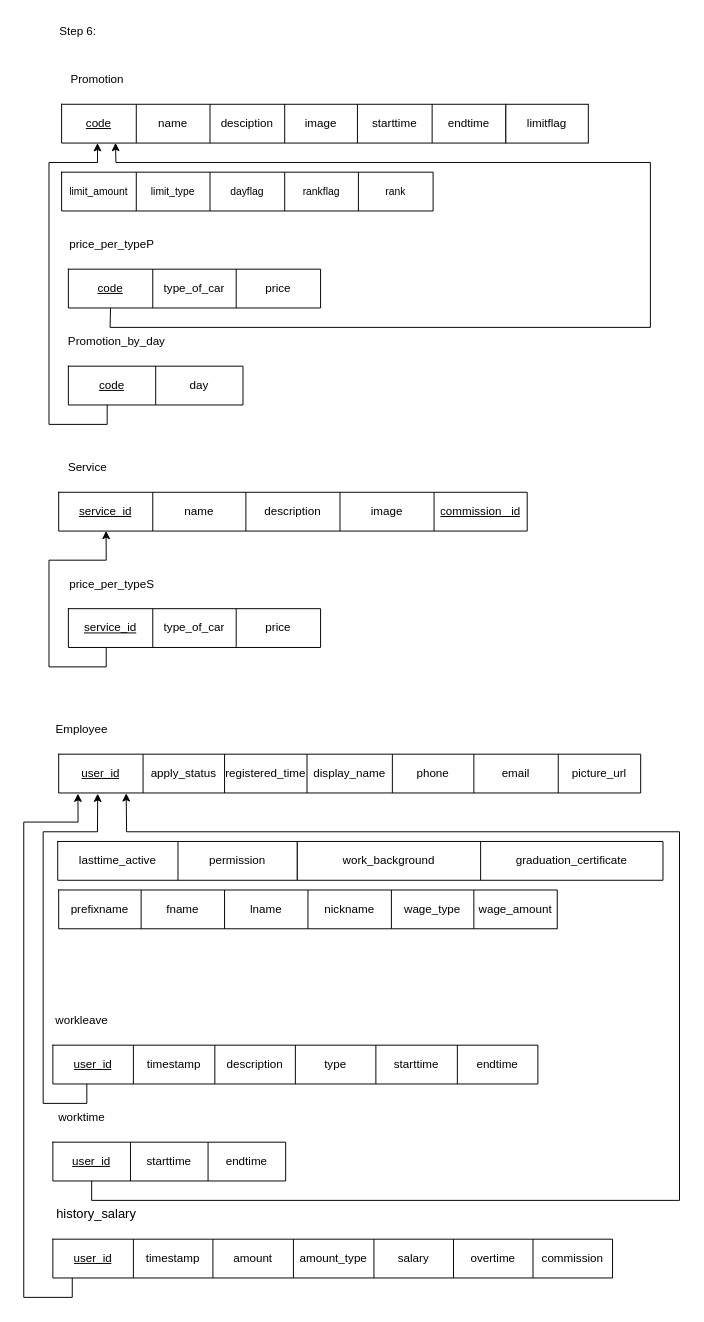
Before: page "Step_P4" (5 of 7) of carcare.drawio in jarawin/carcare, a draw.io diagram. Source tidied: cells renumbered, new cells numbered last; positions are measured from the earlier drawing's top-left corner, leaving out a move shared by most shapes. Both pictures are drawn from the tidied source at 97%, with x=0, y=0 at pixel (23, 16).
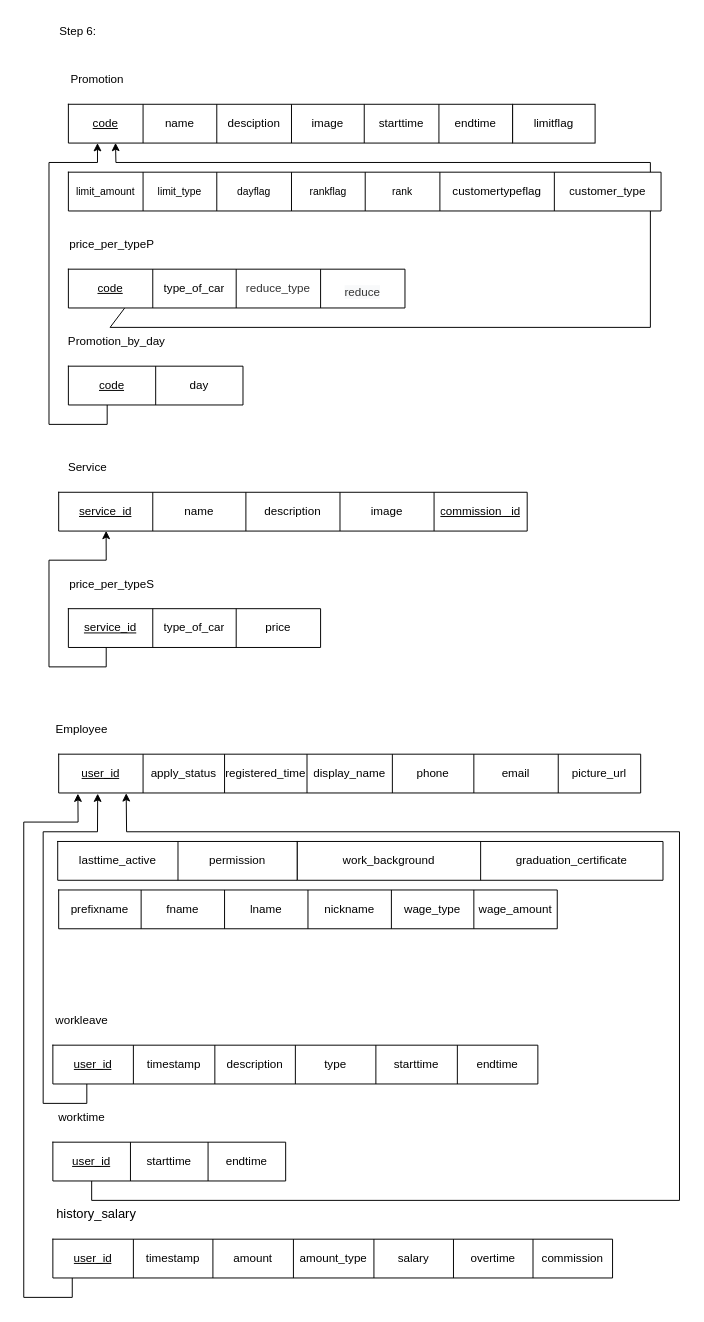
After the change.

The edit, as a diff of the source:
```diff
@@
     <mxCell id="5" style="shape=table;startSize=0;childLayout=tableLayout;strokeColor=default;fontFamily=Helvetica;fontSize=12;fontColor=default;fillColor=default;html=1;" parent="1" vertex="1">
-      <mxGeometry x="46" y="260" width="260" height="40" as="geometry" />
+      <mxGeometry x="46" y="260" width="347" height="40" as="geometry" />
     </mxCell>
     <mxCell id="6" style="shape=tableRow;horizontal=0;startSize=0;swimlaneHead=0;swimlaneBody=0;top=0;left=0;bottom=0;right=0;fillColor=none;points=[[0,0.5],[1,0.5]];portConstraint=eastwest;strokeColor=default;fontFamily=Helvetica;fontSize=12;fontColor=default;html=1;" parent="5" vertex="1">
-      <mxGeometry width="260" height="40" as="geometry" />
+      <mxGeometry width="347" height="40" as="geometry" />
     </mxCell>
@@
-    <mxCell id="9" value="&lt;span style=&quot;font-size: 9pt; line-height: 106%; font-family: Helvetica, sans-serif; background-image: initial; background-position: initial; background-size: initial; background-repeat: initial; background-attachment: initial; background-origin: initial; background-clip: initial;&quot;&gt;price&lt;/span&gt;" style="shape=partialRectangle;html=1;whiteSpace=wrap;overflow=hidden;fillColor=none;top=0;left=0;bottom=0;right=0;strokeColor=default;fontFamily=Helvetica;fontSize=12;fontColor=default;startSize=0;" parent="6" vertex="1">
+    <mxCell id="9" value="&lt;span style=&quot;color: rgb(51, 51, 51);&quot;&gt;reduce_type&lt;/span&gt;" style="shape=partialRectangle;html=1;whiteSpace=wrap;overflow=hidden;fillColor=none;top=0;left=0;bottom=0;right=0;strokeColor=default;fontFamily=Helvetica;fontSize=12;fontColor=default;startSize=0;" parent="6" vertex="1">
       <mxGeometry x="173" width="87" height="40" as="geometry" />
     </mxCell>
+    <mxCell id="102" value="&#10;&lt;span style=&quot;color: rgb(51, 51, 51); font-family: Helvetica; font-size: 12px; font-style: normal; font-variant-ligatures: normal; font-variant-caps: normal; font-weight: 400; letter-spacing: normal; orphans: 2; text-align: center; text-indent: 0px; text-transform: none; widows: 2; word-spacing: 0px; -webkit-text-stroke-width: 0px; background-color: rgb(248, 249, 250); text-decoration-thickness: initial; text-decoration-style: initial; text-decoration-color: initial; float: none; display: inline !important;&quot;&gt;reduce&lt;/span&gt;&#10;&#10;" style="shape=partialRectangle;html=1;whiteSpace=wrap;overflow=hidden;fillColor=none;top=0;left=0;bottom=0;right=0;strokeColor=default;fontFamily=Helvetica;fontSize=12;fontColor=default;startSize=0;" parent="6" vertex="1">
+      <mxGeometry x="260" width="87" height="40" as="geometry" />
+    </mxCell>
@@
-    <mxCell id="86" style="shape=table;startSize=0;childLayout=tableLayout;strokeColor=default;fontFamily=Helvetica;fontSize=12;fontColor=default;fillColor=default;html=1;" parent="1" vertex="1">
-      <mxGeometry x="39" y="90" width="458" height="40" as="geometry" />
-    </mxCell>
+    <mxCell id="103" style="shape=table;startSize=0;childLayout=tableLayout;strokeColor=default;fontFamily=Helvetica;fontSize=12;fontColor=default;fillColor=default;html=1;" parent="1" vertex="1">
+      <mxGeometry x="46" y="90" width="458" height="40" as="geometry" />
+    </mxCell>
-    <mxCell id="87" style="shape=tableRow;horizontal=0;startSize=0;swimlaneHead=0;swimlaneBody=0;top=0;left=0;bottom=0;right=0;fillColor=none;strokeColor=default;fontFamily=Helvetica;fontSize=12;fontColor=default;html=1;" parent="86" vertex="1">
+    <mxCell id="87" style="shape=tableRow;horizontal=0;startSize=0;swimlaneHead=0;swimlaneBody=0;top=0;left=0;bottom=0;right=0;fillColor=none;strokeColor=default;fontFamily=Helvetica;fontSize=12;fontColor=default;html=1;" parent="103" vertex="1">
       <mxGeometry width="458" height="40" as="geometry" />
     </mxCell>
-    <mxCell id="88" value="&lt;span style=&quot;text-decoration-line: underline;&quot;&gt;code&lt;/span&gt;" style="shape=partialRectangle;html=1;whiteSpace=wrap;overflow=hidden;fillColor=none;top=0;left=0;bottom=0;right=0;strokeColor=default;fontFamily=Helvetica;fontSize=12;fontColor=default;startSize=0;" parent="87" vertex="1">
+    <mxCell id="88" value="code" style="shape=partialRectangle;html=1;whiteSpace=wrap;overflow=hidden;fillColor=none;top=0;left=0;bottom=0;right=0;strokeColor=default;fontFamily=Helvetica;fontSize=12;fontColor=default;startSize=0;fontStyle=4;" parent="87" vertex="1">
       <mxGeometry width="77" height="40" as="geometry" />
     </mxCell>
@@
-    <mxCell id="94" style="shape=table;startSize=0;childLayout=tableLayout;strokeColor=default;fontFamily=Helvetica;fontSize=12;fontColor=default;fillColor=default;html=1;" parent="1" vertex="1">
-      <mxGeometry x="39" y="160" width="383" height="40" as="geometry" />
-    </mxCell>
-    <mxCell id="95" style="shape=tableRow;horizontal=0;startSize=0;swimlaneHead=0;swimlaneBody=0;top=0;left=0;bottom=0;right=0;fillColor=none;strokeColor=default;fontFamily=Helvetica;fontSize=12;fontColor=default;html=1;" parent="94" vertex="1">
-      <mxGeometry width="383" height="40" as="geometry" />
-    </mxCell>
+    <mxCell id="104" style="shape=table;startSize=0;childLayout=tableLayout;strokeColor=default;fontFamily=Helvetica;fontSize=12;fontColor=default;fillColor=default;html=1;" parent="1" vertex="1">
+      <mxGeometry x="46" y="160" width="611" height="40" as="geometry" />
+    </mxCell>
+    <mxCell id="105" style="shape=tableRow;horizontal=0;startSize=0;swimlaneHead=0;swimlaneBody=0;top=0;left=0;bottom=0;right=0;fillColor=none;strokeColor=default;fontFamily=Helvetica;fontSize=12;fontColor=default;html=1;" parent="104" vertex="1">
+      <mxGeometry width="611" height="40" as="geometry" />
+    </mxCell>
-    <mxCell id="96" value="&lt;span style=&quot;font-size: 8pt; line-height: 106%; font-family: Helvetica, sans-serif; background-image: initial; background-position: initial; background-size: initial; background-repeat: initial; background-attachment: initial; background-origin: initial; background-clip: initial;&quot;&gt;limit_amount&lt;/span&gt;" style="shape=partialRectangle;html=1;whiteSpace=wrap;overflow=hidden;fillColor=none;top=0;left=0;bottom=0;right=0;strokeColor=default;fontFamily=Helvetica;fontSize=12;fontColor=default;startSize=0;" parent="95" vertex="1">
+    <mxCell id="96" value="&lt;span style=&quot;font-size: 8pt; line-height: 106%; font-family: Helvetica, sans-serif; background-image: initial; background-position: initial; background-size: initial; background-repeat: initial; background-attachment: initial; background-origin: initial; background-clip: initial;&quot;&gt;limit_amount&lt;/span&gt;" style="shape=partialRectangle;html=1;whiteSpace=wrap;overflow=hidden;fillColor=none;top=0;left=0;bottom=0;right=0;strokeColor=default;fontFamily=Helvetica;fontSize=12;fontColor=default;startSize=0;" parent="105" vertex="1">
       <mxGeometry width="77" height="40" as="geometry" />
     </mxCell>
-    <mxCell id="97" value="&lt;span style=&quot;font-size: 8pt; line-height: 106%; font-family: Helvetica, sans-serif; background-image: initial; background-position: initial; background-size: initial; background-repeat: initial; background-attachment: initial; background-origin: initial; background-clip: initial;&quot;&gt;limit_type&lt;/span&gt;" style="shape=partialRectangle;html=1;whiteSpace=wrap;overflow=hidden;fillColor=none;top=0;left=0;bottom=0;right=0;strokeColor=default;fontFamily=Helvetica;fontSize=12;fontColor=default;startSize=0;" parent="95" vertex="1">
+    <mxCell id="97" value="&lt;span style=&quot;font-size: 8pt; line-height: 106%; font-family: Helvetica, sans-serif; background-image: initial; background-position: initial; background-size: initial; background-repeat: initial; background-attachment: initial; background-origin: initial; background-clip: initial;&quot;&gt;limit_type&lt;/span&gt;" style="shape=partialRectangle;html=1;whiteSpace=wrap;overflow=hidden;fillColor=none;top=0;left=0;bottom=0;right=0;strokeColor=default;fontFamily=Helvetica;fontSize=12;fontColor=default;startSize=0;" parent="105" vertex="1">
       <mxGeometry x="77" width="76" height="40" as="geometry" />
     </mxCell>
-    <mxCell id="98" value="&lt;span style=&quot;font-size:8.0pt;line-height:106%;&lt;br/&gt;font-family:&amp;quot;Helvetica&amp;quot;,sans-serif;mso-fareast-font-family:Calibri;mso-fareast-theme-font:&lt;br/&gt;minor-latin;mso-ansi-language:EN-US;mso-fareast-language:EN-US;mso-bidi-language:&lt;br/&gt;TH&quot;&gt;dayflag&lt;/span&gt;" style="shape=partialRectangle;html=1;whiteSpace=wrap;overflow=hidden;fillColor=none;top=0;left=0;bottom=0;right=0;strokeColor=default;fontFamily=Helvetica;fontSize=12;fontColor=default;startSize=0;" parent="95" vertex="1">
+    <mxCell id="98" value="&lt;span style=&quot;font-size:8.0pt;line-height:106%;&lt;br/&gt;font-family:&amp;quot;Helvetica&amp;quot;,sans-serif;mso-fareast-font-family:Calibri;mso-fareast-theme-font:&lt;br/&gt;minor-latin;mso-ansi-language:EN-US;mso-fareast-language:EN-US;mso-bidi-language:&lt;br/&gt;TH&quot;&gt;dayflag&lt;/span&gt;" style="shape=partialRectangle;html=1;whiteSpace=wrap;overflow=hidden;fillColor=none;top=0;left=0;bottom=0;right=0;strokeColor=default;fontFamily=Helvetica;fontSize=12;fontColor=default;startSize=0;" parent="105" vertex="1">
       <mxGeometry x="153" width="77" height="40" as="geometry" />
     </mxCell>
-    <mxCell id="99" value="&lt;span style=&quot;font-size:8.0pt;line-height:106%;&lt;br/&gt;font-family:&amp;quot;Helvetica&amp;quot;,sans-serif;mso-fareast-font-family:Calibri;mso-fareast-theme-font:&lt;br/&gt;minor-latin;mso-ansi-language:EN-US;mso-fareast-language:EN-US;mso-bidi-language:&lt;br/&gt;TH&quot;&gt;rankflag&lt;/span&gt;" style="shape=partialRectangle;html=1;whiteSpace=wrap;overflow=hidden;fillColor=none;top=0;left=0;bottom=0;right=0;strokeColor=default;fontFamily=Helvetica;fontSize=12;fontColor=default;startSize=0;" parent="95" vertex="1">
+    <mxCell id="99" value="&lt;span style=&quot;font-size:8.0pt;line-height:106%;&lt;br/&gt;font-family:&amp;quot;Helvetica&amp;quot;,sans-serif;mso-fareast-font-family:Calibri;mso-fareast-theme-font:&lt;br/&gt;minor-latin;mso-ansi-language:EN-US;mso-fareast-language:EN-US;mso-bidi-language:&lt;br/&gt;TH&quot;&gt;rankflag&lt;/span&gt;" style="shape=partialRectangle;html=1;whiteSpace=wrap;overflow=hidden;fillColor=none;top=0;left=0;bottom=0;right=0;strokeColor=default;fontFamily=Helvetica;fontSize=12;fontColor=default;startSize=0;" parent="105" vertex="1">
       <mxGeometry x="230" width="76" height="40" as="geometry" />
     </mxCell>
-    <mxCell id="100" value="&lt;span style=&quot;font-size: 8pt; line-height: 106%; font-family: Helvetica, sans-serif; background-image: initial; background-position: initial; background-size: initial; background-repeat: initial; background-attachment: initial; background-origin: initial; background-clip: initial;&quot;&gt;rank&lt;/span&gt;" style="shape=partialRectangle;html=1;whiteSpace=wrap;overflow=hidden;fillColor=none;top=0;left=0;bottom=0;right=0;strokeColor=default;fontFamily=Helvetica;fontSize=12;fontColor=default;startSize=0;" parent="95" vertex="1">
+    <mxCell id="100" value="&lt;span style=&quot;font-size: 8pt; line-height: 106%; font-family: Helvetica, sans-serif; background-image: initial; background-position: initial; background-size: initial; background-repeat: initial; background-attachment: initial; background-origin: initial; background-clip: initial;&quot;&gt;rank&lt;/span&gt;" style="shape=partialRectangle;html=1;whiteSpace=wrap;overflow=hidden;fillColor=none;top=0;left=0;bottom=0;right=0;strokeColor=default;fontFamily=Helvetica;fontSize=12;fontColor=default;startSize=0;" parent="105" vertex="1">
       <mxGeometry x="306" width="77" height="40" as="geometry" />
     </mxCell>
+    <mxCell id="106" value="customertypeflag" style="shape=partialRectangle;html=1;whiteSpace=wrap;overflow=hidden;fillColor=none;top=0;left=0;bottom=0;right=0;strokeColor=default;fontFamily=Helvetica;fontSize=12;fontColor=default;startSize=0;" parent="105" vertex="1">
+      <mxGeometry x="383" width="118" height="40" as="geometry" />
+    </mxCell>
+    <mxCell id="107" value="customer_type" style="shape=partialRectangle;html=1;whiteSpace=wrap;overflow=hidden;fillColor=none;top=0;left=0;bottom=0;right=0;strokeColor=default;fontFamily=Helvetica;fontSize=12;fontColor=default;startSize=0;" parent="105" vertex="1">
+      <mxGeometry x="501" width="110" height="40" as="geometry" />
+    </mxCell>
     <mxCell id="101" value="limitflag" style="rounded=0;whiteSpace=wrap;html=1;" parent="1" vertex="1">
-      <mxGeometry x="497" y="90" width="85" height="40" as="geometry" />
+      <mxGeometry x="504" y="90" width="85" height="40" as="geometry" />
     </mxCell>
```
